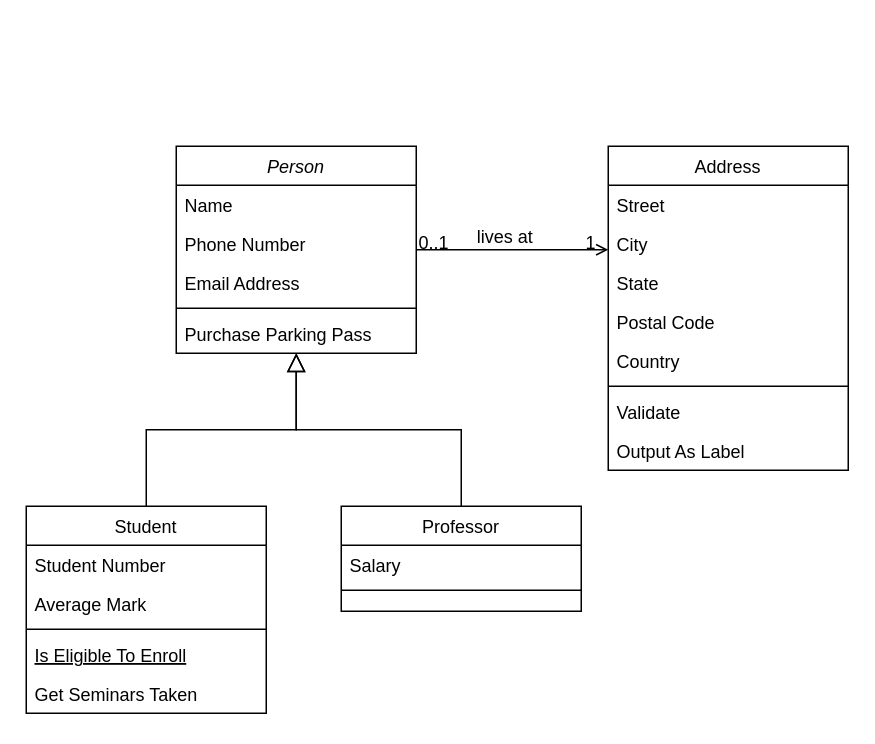
Before: movies.drawio in Silvinecoder/flow-charts, a draw.io diagram. Source tidied: cells renumbered, new cells numbered last; positions are measured from the earlier drawing's top-left corner, leaving out a move shared by most shapes. Both pictures are drawn from the tidied source at 150%, with x=0, y=0 at pixel (26, 146).
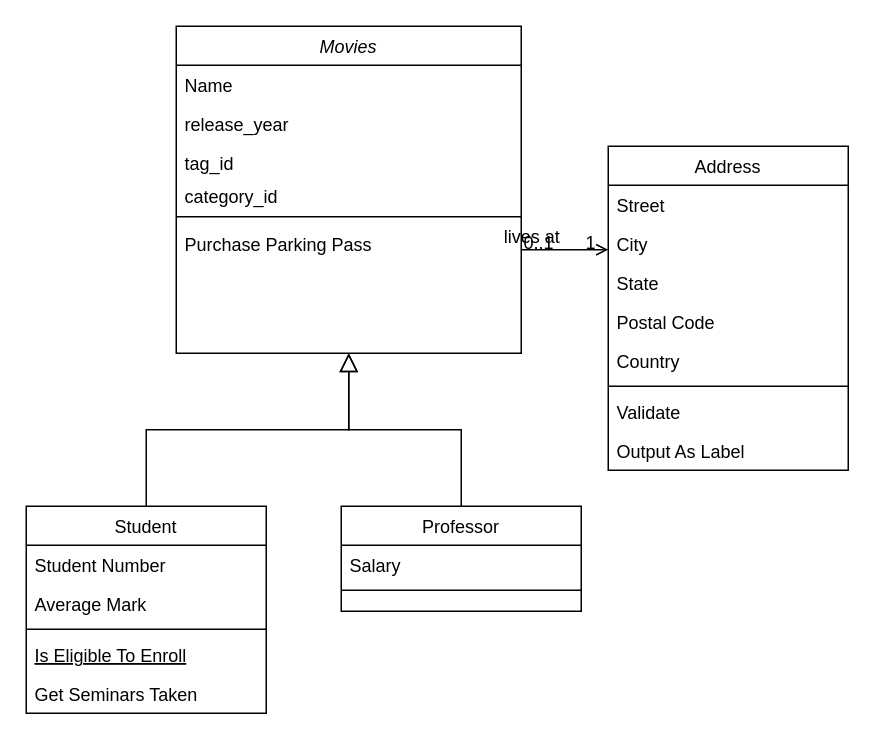
The same diagram, later.

What changed in the source:
```diff
@@
-    <mxCell id="2" value="Person" style="swimlane;fontStyle=2;align=center;verticalAlign=top;horizontal=1;startSize=26;rounded=0;shadow=0;strokeWidth=1;" parent="1" vertex="1">
-      <mxGeometry x="100" width="160" height="138" as="geometry" />
+    <mxCell id="2" value="Movies" style="swimlane;fontStyle=2;align=center;verticalAlign=top;horizontal=1;startSize=26;rounded=0;shadow=0;strokeWidth=1;" parent="1" vertex="1">
+      <mxGeometry x="100" y="-80" width="230" height="218" as="geometry" />
     </mxCell>
     <mxCell id="3" value="Name" style="text;align=left;verticalAlign=top;spacingLeft=4;spacingRight=4;overflow=hidden;" parent="2" vertex="1">
-      <mxGeometry y="26" width="160" height="26" as="geometry" />
+      <mxGeometry y="26" width="230" height="26" as="geometry" />
     </mxCell>
-    <mxCell id="4" value="Phone Number" style="text;align=left;verticalAlign=top;spacingLeft=4;spacingRight=4;overflow=hidden;rounded=0;shadow=0;html=0;" parent="2" vertex="1">
-      <mxGeometry y="52" width="160" height="26" as="geometry" />
+    <mxCell id="4" value="release_year" style="text;align=left;verticalAlign=top;spacingLeft=4;spacingRight=4;overflow=hidden;rounded=0;shadow=0;html=0;" parent="2" vertex="1">
+      <mxGeometry y="52" width="230" height="26" as="geometry" />
     </mxCell>
+    <mxCell id="32" value="tag_id" style="text;align=left;verticalAlign=top;spacingLeft=4;spacingRight=4;overflow=hidden;rounded=0;shadow=0;html=0;" parent="2" vertex="1">
+      <mxGeometry y="78" width="230" height="22" as="geometry" />
+    </mxCell>
-    <mxCell id="5" value="Email Address" style="text;align=left;verticalAlign=top;spacingLeft=4;spacingRight=4;overflow=hidden;rounded=0;shadow=0;html=0;" parent="2" vertex="1">
-      <mxGeometry y="78" width="160" height="26" as="geometry" />
+    <mxCell id="5" value="category_id" style="text;align=left;verticalAlign=top;spacingLeft=4;spacingRight=4;overflow=hidden;rounded=0;shadow=0;html=0;" parent="2" vertex="1">
+      <mxGeometry y="100" width="230" height="22" as="geometry" />
     </mxCell>
     <mxCell id="6" style="line;html=1;strokeWidth=1;align=left;verticalAlign=middle;spacingTop=-1;spacingLeft=3;spacingRight=3;labelPosition=right;" parent="2" vertex="1">
-      <mxGeometry y="104" width="160" height="8" as="geometry" />
+      <mxGeometry y="122" width="230" height="10" as="geometry" />
     </mxCell>
     <mxCell id="7" value="Purchase Parking Pass" style="text;align=left;verticalAlign=top;spacingLeft=4;spacingRight=4;overflow=hidden;" parent="2" vertex="1">
-      <mxGeometry y="112" width="160" height="26" as="geometry" />
+      <mxGeometry y="132" width="230" height="26" as="geometry" />
     </mxCell>
```
